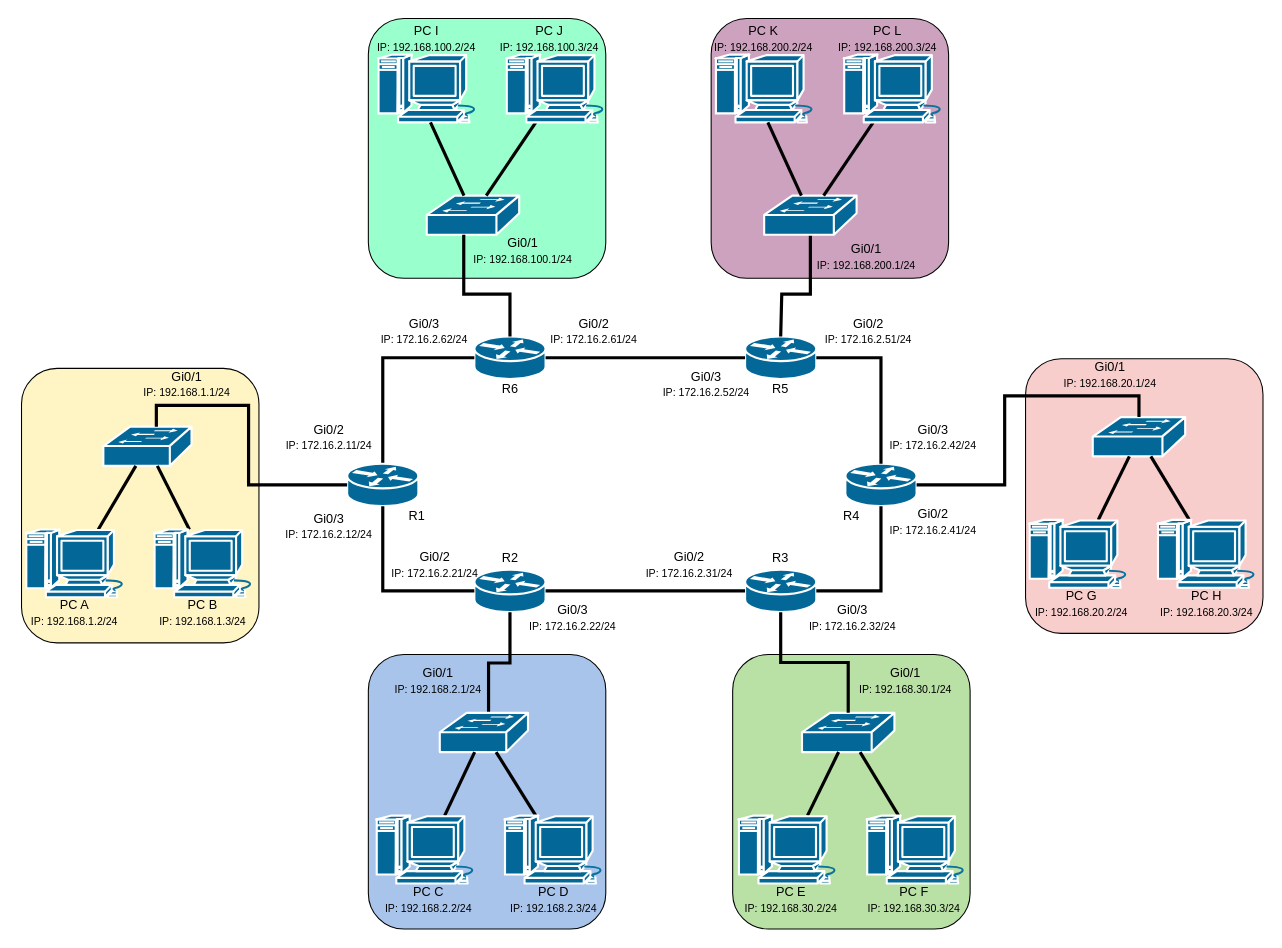
Before: Ubung statische routing.drawio in PLAD26/-MAC-Tabellen-und-Switching-, a draw.io diagram. Source tidied: cells renumbered, new cells numbered last; positions are measured from the earlier drawing's top-left corner, leaving out a move shared by most shapes. Both pictures are drawn from the tidied source at 106%, with x=0, y=0 at pixel (18, 18).
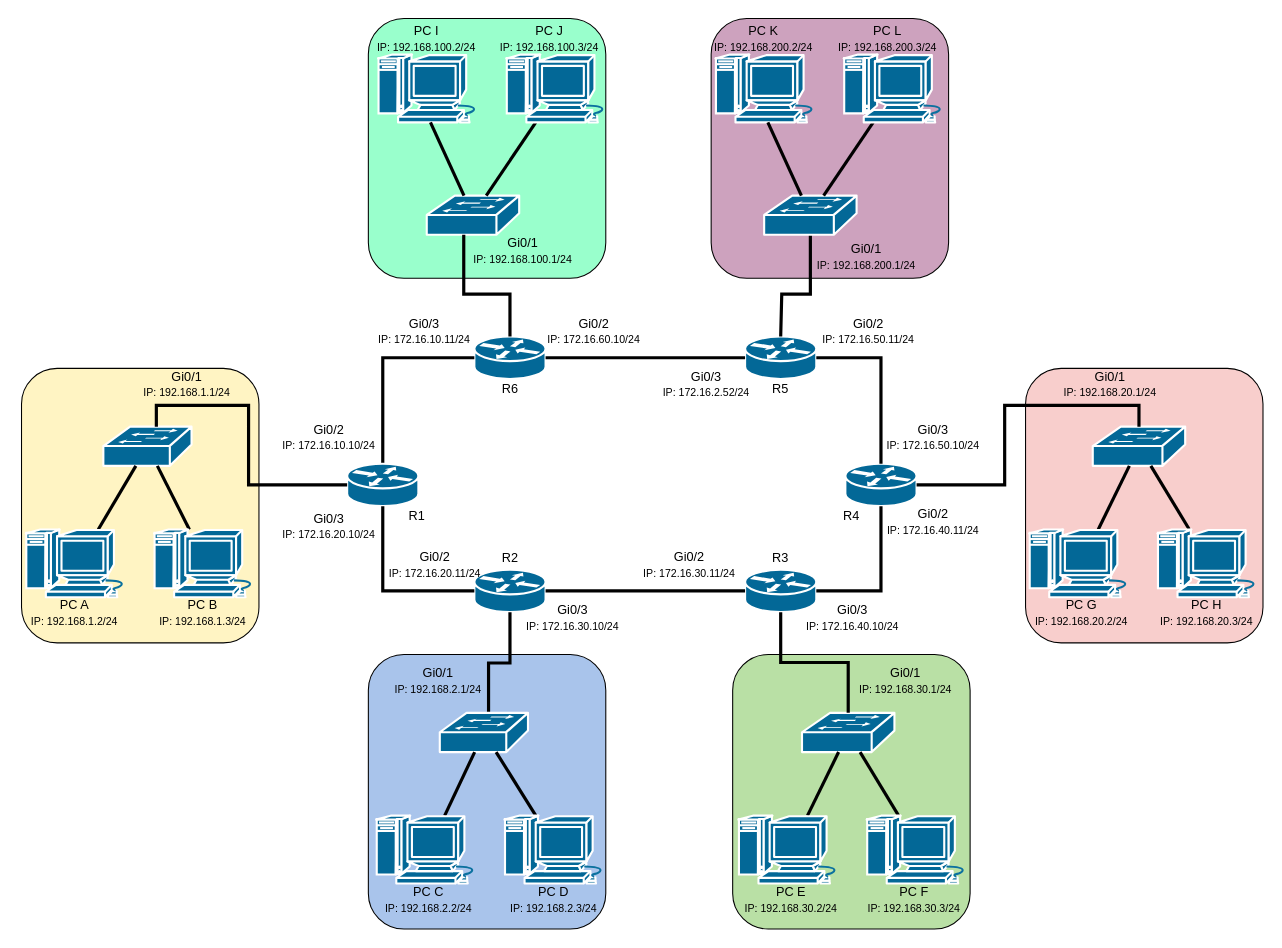
Above is the later version.

Diff of the diagram source:
```diff
@@
-    <mxCell id="22" value="Gi0/3&lt;br&gt;&lt;div&gt;&lt;font style=&quot;font-size: 10px;&quot;&gt;IP: 172.16.2.12/24&lt;/font&gt;&lt;/div&gt;" style="text;html=1;whiteSpace=wrap;strokeColor=none;fillColor=none;align=center;verticalAlign=middle;rounded=0;" parent="1" vertex="1">
+    <mxCell id="22" value="Gi0/3&lt;br&gt;&lt;div&gt;&lt;font style=&quot;font-size: 10px;&quot;&gt;IP: 172.16.20.10/24&lt;/font&gt;&lt;/div&gt;" style="text;html=1;whiteSpace=wrap;strokeColor=none;fillColor=none;align=center;verticalAlign=middle;rounded=0;" parent="1" vertex="1">
       <mxGeometry x="240" y="464" width="105.8" height="30" as="geometry" />
     </mxCell>
@@
     <mxCell id="56" style="group;" parent="1" vertex="1">
-      <mxGeometry x="950" y="321" width="224" height="259" as="geometry" />
+      <mxGeometry x="950" y="330" width="224" height="259" as="geometry" />
     </mxCell>
@@
-    <mxCell id="80" value="Gi0/2&lt;br&gt;&lt;div&gt;&lt;font style=&quot;font-size: 10px;&quot;&gt;IP: 172.16.2.11/24&lt;/font&gt;&lt;/div&gt;" style="text;html=1;whiteSpace=wrap;strokeColor=none;fillColor=none;align=center;verticalAlign=middle;rounded=0;" parent="1" vertex="1">
+    <mxCell id="80" value="Gi0/2&lt;br&gt;&lt;div&gt;&lt;font style=&quot;font-size: 10px;&quot;&gt;IP: 172.16.10.10/24&lt;/font&gt;&lt;/div&gt;" style="text;html=1;whiteSpace=wrap;strokeColor=none;fillColor=none;align=center;verticalAlign=middle;rounded=0;" parent="1" vertex="1">
       <mxGeometry x="240" y="380" width="105.8" height="30" as="geometry" />
     </mxCell>
-    <mxCell id="81" value="Gi0/3&lt;br&gt;&lt;div&gt;&lt;span style=&quot;font-size: 10px; background-color: transparent; color: light-dark(rgb(0, 0, 0), rgb(255, 255, 255));&quot;&gt;IP: 172.16.2.62/24&lt;/span&gt;&lt;/div&gt;" style="text;html=1;whiteSpace=wrap;strokeColor=none;fillColor=none;align=center;verticalAlign=middle;rounded=0;" parent="1" vertex="1">
+    <mxCell id="81" value="Gi0/3&lt;br&gt;&lt;div&gt;&lt;span style=&quot;font-size: 10px; background-color: transparent; color: light-dark(rgb(0, 0, 0), rgb(255, 255, 255));&quot;&gt;IP: 172.16.10.11/24&lt;/span&gt;&lt;/div&gt;" style="text;html=1;whiteSpace=wrap;strokeColor=none;fillColor=none;align=center;verticalAlign=middle;rounded=0;" parent="1" vertex="1">
       <mxGeometry x="330" y="280" width="105.8" height="30" as="geometry" />
     </mxCell>
-    <mxCell id="82" value="Gi0/2&lt;br&gt;&lt;div&gt;&lt;span style=&quot;font-size: 10px;&quot;&gt;IP: 172.16.2.61/24&lt;/span&gt;&lt;/div&gt;" style="text;html=1;whiteSpace=wrap;strokeColor=none;fillColor=none;align=center;verticalAlign=middle;rounded=0;" parent="1" vertex="1">
+    <mxCell id="82" value="Gi0/2&lt;br&gt;&lt;div&gt;&lt;span style=&quot;font-size: 10px;&quot;&gt;IP: 172.16.60.10/24&lt;/span&gt;&lt;/div&gt;" style="text;html=1;whiteSpace=wrap;strokeColor=none;fillColor=none;align=center;verticalAlign=middle;rounded=0;" parent="1" vertex="1">
       <mxGeometry x="490" y="280" width="105.8" height="30" as="geometry" />
     </mxCell>
@@
-    <mxCell id="84" value="Gi0/2&lt;br&gt;&lt;div&gt;&lt;span style=&quot;font-size: 10px;&quot;&gt;IP: 172.16.2.51/24&lt;/span&gt;&lt;/div&gt;" style="text;html=1;whiteSpace=wrap;strokeColor=none;fillColor=none;align=center;verticalAlign=middle;rounded=0;" parent="1" vertex="1">
+    <mxCell id="84" value="Gi0/2&lt;br&gt;&lt;div&gt;&lt;span style=&quot;font-size: 10px;&quot;&gt;IP: 172.16.50.11/24&lt;/span&gt;&lt;/div&gt;" style="text;html=1;whiteSpace=wrap;strokeColor=none;fillColor=none;align=center;verticalAlign=middle;rounded=0;" parent="1" vertex="1">
       <mxGeometry x="749" y="280" width="105.8" height="30" as="geometry" />
     </mxCell>
-    <mxCell id="85" value="Gi0/3&lt;br&gt;&lt;div&gt;&lt;span style=&quot;font-size: 10px;&quot;&gt;IP: 172.16.2.42/24&lt;/span&gt;&lt;/div&gt;" style="text;html=1;whiteSpace=wrap;strokeColor=none;fillColor=none;align=center;verticalAlign=middle;rounded=0;" parent="1" vertex="1">
+    <mxCell id="85" value="Gi0/3&lt;br&gt;&lt;div&gt;&lt;span style=&quot;font-size: 10px;&quot;&gt;IP: 172.16.50.10/24&lt;/span&gt;&lt;/div&gt;" style="text;html=1;whiteSpace=wrap;strokeColor=none;fillColor=none;align=center;verticalAlign=middle;rounded=0;" parent="1" vertex="1">
       <mxGeometry x="810" y="380" width="105.8" height="30" as="geometry" />
     </mxCell>
-    <mxCell id="86" value="Gi0/2&lt;br&gt;&lt;div&gt;&lt;span style=&quot;font-size: 10px;&quot;&gt;IP: 172.16.2.41/24&lt;/span&gt;&lt;/div&gt;" style="text;html=1;whiteSpace=wrap;strokeColor=none;fillColor=none;align=center;verticalAlign=middle;rounded=0;" parent="1" vertex="1">
+    <mxCell id="86" value="Gi0/2&lt;br&gt;&lt;div&gt;&lt;span style=&quot;font-size: 10px;&quot;&gt;IP: 172.16.40.11/24&lt;/span&gt;&lt;/div&gt;" style="text;html=1;whiteSpace=wrap;strokeColor=none;fillColor=none;align=center;verticalAlign=middle;rounded=0;" parent="1" vertex="1">
       <mxGeometry x="810" y="460" width="105.8" height="30" as="geometry" />
     </mxCell>
-    <mxCell id="87" value="Gi0/3&lt;br&gt;&lt;div&gt;&lt;span style=&quot;font-size: 10px;&quot;&gt;IP: 172.16.2.32/24&lt;/span&gt;&lt;/div&gt;" style="text;html=1;whiteSpace=wrap;strokeColor=none;fillColor=none;align=center;verticalAlign=middle;rounded=0;" parent="1" vertex="1">
+    <mxCell id="87" value="Gi0/3&lt;br&gt;&lt;div&gt;&lt;span style=&quot;font-size: 10px;&quot;&gt;IP: 172.16.40.10/24&lt;/span&gt;&lt;/div&gt;" style="text;html=1;whiteSpace=wrap;strokeColor=none;fillColor=none;align=center;verticalAlign=middle;rounded=0;" parent="1" vertex="1">
       <mxGeometry x="733.6" y="549.5" width="105.8" height="30" as="geometry" />
     </mxCell>
-    <mxCell id="88" value="Gi0/2&lt;br&gt;&lt;div&gt;&lt;span style=&quot;font-size: 10px;&quot;&gt;IP: 172.16.2.31/24&lt;/span&gt;&lt;/div&gt;" style="text;html=1;whiteSpace=wrap;strokeColor=none;fillColor=none;align=center;verticalAlign=middle;rounded=0;" parent="1" vertex="1">
+    <mxCell id="88" value="Gi0/2&lt;br&gt;&lt;div&gt;&lt;span style=&quot;font-size: 10px;&quot;&gt;IP: 172.16.30.11/24&lt;/span&gt;&lt;/div&gt;" style="text;html=1;whiteSpace=wrap;strokeColor=none;fillColor=none;align=center;verticalAlign=middle;rounded=0;" parent="1" vertex="1">
       <mxGeometry x="579.6" y="500" width="105.8" height="30" as="geometry" />
     </mxCell>
-    <mxCell id="89" value="Gi0/3&lt;br&gt;&lt;div&gt;&lt;span style=&quot;font-size: 10px;&quot;&gt;IP: 172.16.2.22/24&lt;/span&gt;&lt;/div&gt;" style="text;html=1;whiteSpace=wrap;strokeColor=none;fillColor=none;align=center;verticalAlign=middle;rounded=0;" parent="1" vertex="1">
+    <mxCell id="89" value="Gi0/3&lt;br&gt;&lt;div&gt;&lt;span style=&quot;font-size: 10px;&quot;&gt;IP: 172.16.30.10/24&lt;/span&gt;&lt;/div&gt;" style="text;html=1;whiteSpace=wrap;strokeColor=none;fillColor=none;align=center;verticalAlign=middle;rounded=0;" parent="1" vertex="1">
       <mxGeometry x="470" y="550" width="105.8" height="30" as="geometry" />
     </mxCell>
-    <mxCell id="90" value="Gi0/2&lt;br&gt;&lt;div&gt;&lt;span style=&quot;font-size: 10px;&quot;&gt;IP: 172.16.2.21/24&lt;/span&gt;&lt;/div&gt;" style="text;html=1;whiteSpace=wrap;strokeColor=none;fillColor=none;align=center;verticalAlign=middle;rounded=0;" parent="1" vertex="1">
+    <mxCell id="90" value="Gi0/2&lt;br&gt;&lt;div&gt;&lt;span style=&quot;font-size: 10px;&quot;&gt;IP: 172.16.20.11/24&lt;/span&gt;&lt;/div&gt;" style="text;html=1;whiteSpace=wrap;strokeColor=none;fillColor=none;align=center;verticalAlign=middle;rounded=0;" parent="1" vertex="1">
       <mxGeometry x="340.1" y="500" width="105.8" height="30" as="geometry" />
     </mxCell>
```
